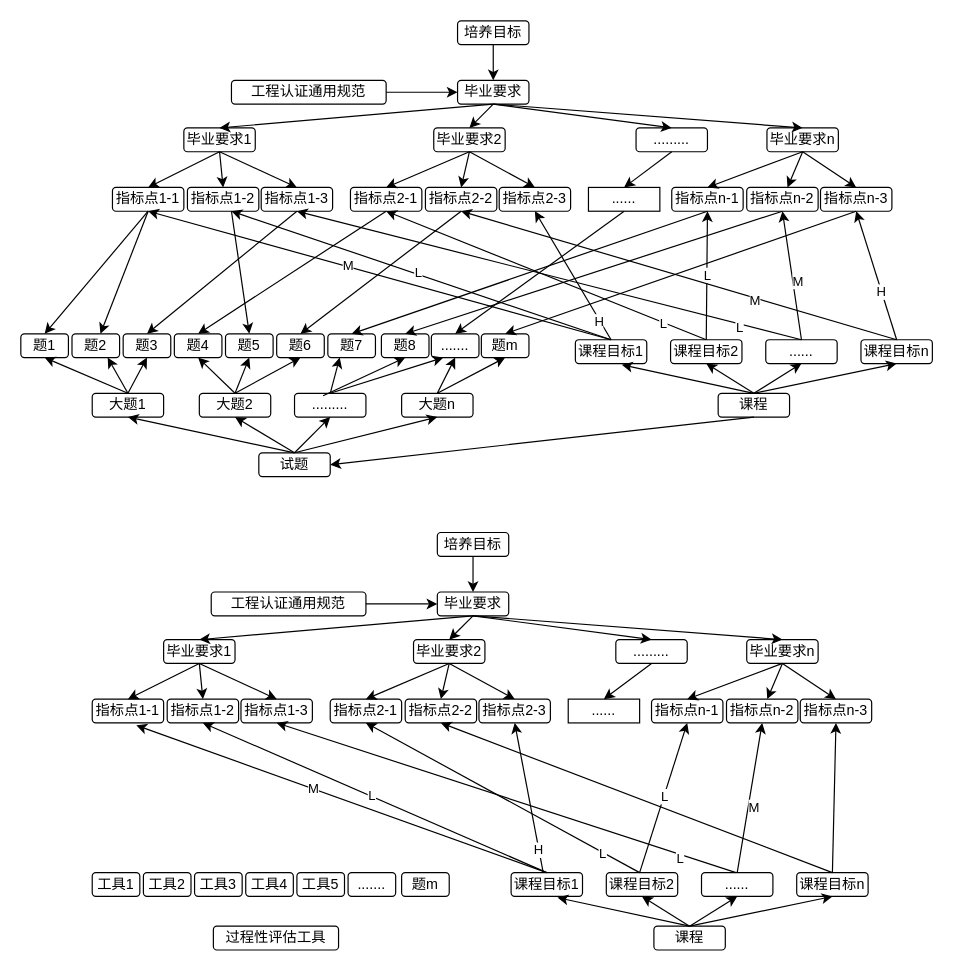
This is Untitled Diagram.drawio from oliverwy/DhDesignpattern, a draw.io file, before an edit. Source tidied: cells renumbered, new cells numbered last; positions are measured from the earlier drawing's top-left corner, leaving out a move shared by most shapes. Both pictures are drawn from the tidied source at 119%, with x=0, y=0 at pixel (20, 20).
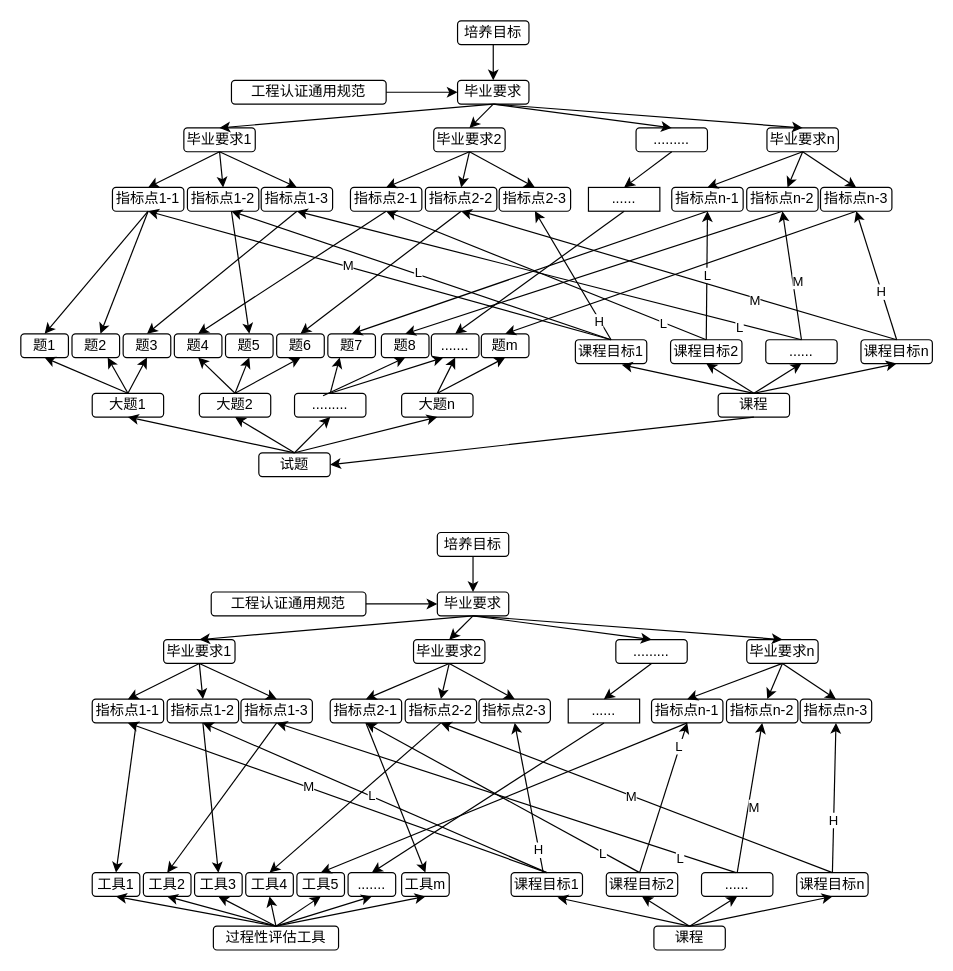
After the change.

The change refers to these unchanged cells:
```xml
<mxCell id="110" value="指标点1-1" style="rounded=1;whiteSpace=wrap;html=1;align=center;" parent="1" vertex="1">
  <mxGeometry x="60" y="570" width="60" height="20" as="geometry" />
</mxCell>
<mxCell id="111" value="指标点1-2" style="rounded=1;whiteSpace=wrap;html=1;align=center;" parent="1" vertex="1">
  <mxGeometry x="123" y="570" width="60" height="20" as="geometry" />
</mxCell>
<mxCell id="112" value="指标点1-3" style="rounded=1;whiteSpace=wrap;html=1;align=center;" parent="1" vertex="1">
  <mxGeometry x="185" y="570" width="60" height="20" as="geometry" />
</mxCell>
<mxCell id="113" value="指标点2-1" style="rounded=1;whiteSpace=wrap;html=1;align=center;" parent="1" vertex="1">
  <mxGeometry x="260" y="570" width="60" height="20" as="geometry" />
</mxCell>
<mxCell id="114" value="指标点2-2" style="rounded=1;whiteSpace=wrap;html=1;align=center;" parent="1" vertex="1">
  <mxGeometry x="323" y="570" width="60" height="20" as="geometry" />
</mxCell>
<mxCell id="116" value="指标点n-1" style="rounded=1;whiteSpace=wrap;html=1;align=center;" parent="1" vertex="1">
  <mxGeometry x="530" y="570" width="60" height="20" as="geometry" />
</mxCell>
<mxCell id="119" value="......" style="rounded=1;whiteSpace=wrap;html=1;align=center;arcSize=0;" parent="1" vertex="1">
  <mxGeometry x="460" y="570" width="60" height="20" as="geometry" />
</mxCell>
<mxCell id="137" value="课程目标1" style="rounded=1;whiteSpace=wrap;html=1;align=center;" parent="1" vertex="1">
  <mxGeometry x="412" y="715.8" width="60" height="20" as="geometry" />
</mxCell>
<mxCell id="145" value="过程性评估工具" style="rounded=1;whiteSpace=wrap;html=1;align=center;" parent="1" vertex="1">
  <mxGeometry x="161.8" y="760.8" width="105.2" height="20" as="geometry" />
</mxCell>
<mxCell id="146" value="工具1" style="rounded=1;whiteSpace=wrap;html=1;align=center;" parent="1" vertex="1">
  <mxGeometry x="60" y="715.8" width="40" height="20" as="geometry" />
</mxCell>
<mxCell id="147" value="工具2" style="rounded=1;whiteSpace=wrap;html=1;align=center;" parent="1" vertex="1">
  <mxGeometry x="103" y="715.8" width="40" height="20" as="geometry" />
</mxCell>
<mxCell id="148" value="工具3" style="rounded=1;whiteSpace=wrap;html=1;align=center;" parent="1" vertex="1">
  <mxGeometry x="146" y="715.8" width="40" height="20" as="geometry" />
</mxCell>
<mxCell id="149" value="工具4" style="rounded=1;whiteSpace=wrap;html=1;align=center;" parent="1" vertex="1">
  <mxGeometry x="189" y="715.8" width="40" height="20" as="geometry" />
</mxCell>
<mxCell id="150" value="工具5" style="rounded=1;whiteSpace=wrap;html=1;align=center;" parent="1" vertex="1">
  <mxGeometry x="232" y="715.8" width="40" height="20" as="geometry" />
</mxCell>
<mxCell id="152" value="......." style="rounded=1;whiteSpace=wrap;html=1;align=center;" parent="1" vertex="1">
  <mxGeometry x="275" y="715.8" width="40" height="20" as="geometry" />
</mxCell>
<mxCell id="153" style="endArrow=classic;html=1;rounded=0;entryX=0.5;entryY=1;entryDx=0;entryDy=0;exitX=0.5;exitY=0;exitDx=0;exitDy=0;" parent="1" edge="1" source="140" target="118">
  <mxGeometry relative="1" as="geometry" />
</mxCell>
<mxCell id="154" style="endArrow=classic;html=1;rounded=0;exitX=0.5;exitY=0;exitDx=0;exitDy=0;entryX=0.5;entryY=1;entryDx=0;entryDy=0;" parent="1" edge="1" source="140" target="114">
  <mxGeometry relative="1" as="geometry" />
</mxCell>
<mxCell id="159" style="endArrow=classic;html=1;rounded=0;exitX=0.5;exitY=0;exitDx=0;exitDy=0;entryX=0.5;entryY=1;entryDx=0;entryDy=0;" parent="1" edge="1" target="116">
  <mxGeometry relative="1" as="geometry">
    <mxPoint x="520" y="715.8" as="sourcePoint" />
  </mxGeometry>
</mxCell>
```

The edit, as a diff of the source:
```diff
@@
-    <mxCell id="151" value="题m" style="rounded=1;whiteSpace=wrap;html=1;align=center;" parent="1" vertex="1">
+    <mxCell id="151" value="工具m" style="rounded=1;whiteSpace=wrap;html=1;align=center;" parent="1" vertex="1">
       <mxGeometry x="320" y="715.8" width="40" height="20" as="geometry" />
     </mxCell>
@@
+    <mxCell id="169" value="H" style="edgeLabel;html=1;align=center;verticalAlign=middle;" parent="153" vertex="1">
+      <mxGeometry x="-0.3" y="1" relative="1" as="geometry" />
+    </mxCell>
@@
+    <mxCell id="170" value="M" style="edgeLabel;html=1;align=center;verticalAlign=middle;" parent="154" vertex="1">
+      <mxGeometry x="0.03" relative="1" as="geometry" />
+    </mxCell>
@@
     <mxCell id="160" value="L" style="edgeLabel;html=1;align=center;verticalAlign=middle;" parent="159" vertex="1">
-      <mxGeometry x="0.01" relative="1" as="geometry" />
+      <mxGeometry x="0.01" relative="1" as="geometry">
+        <mxPoint x="12" y="-42" as="offset" />
+      </mxGeometry>
     </mxCell>
@@
-    <mxCell id="167" style="endArrow=classic;html=1;rounded=0;exitX=0.5;exitY=0;exitDx=0;exitDy=0;entryX=0.617;entryY=1.1;entryDx=0;entryDy=0;entryPerimeter=0;" parent="1" edge="1" source="137" target="110">
+    <mxCell id="167" style="endArrow=classic;html=1;rounded=0;exitX=0.5;exitY=0;exitDx=0;exitDy=0;entryX=0.5;entryY=1;entryDx=0;entryDy=0;" parent="1" edge="1" source="137" target="110">
       <mxGeometry relative="1" as="geometry" />
     </mxCell>
@@
+    <mxCell id="171" style="endArrow=classic;html=1;rounded=0;exitX=0.5;exitY=0;exitDx=0;exitDy=0;entryX=0.5;entryY=1;entryDx=0;entryDy=0;" parent="1" edge="1" source="145" target="146">
+      <mxGeometry relative="1" as="geometry" />
+    </mxCell>
+    <mxCell id="172" style="endArrow=classic;html=1;rounded=0;exitX=0.5;exitY=0;exitDx=0;exitDy=0;entryX=0.5;entryY=1;entryDx=0;entryDy=0;" parent="1" edge="1" source="145" target="147">
+      <mxGeometry relative="1" as="geometry" />
+    </mxCell>
+    <mxCell id="173" style="endArrow=classic;html=1;rounded=0;exitX=0.5;exitY=0;exitDx=0;exitDy=0;entryX=0.5;entryY=1;entryDx=0;entryDy=0;" parent="1" edge="1" source="145" target="148">
+      <mxGeometry relative="1" as="geometry" />
+    </mxCell>
+    <mxCell id="174" style="endArrow=classic;html=1;rounded=0;exitX=0.5;exitY=0;exitDx=0;exitDy=0;entryX=0.5;entryY=1;entryDx=0;entryDy=0;" parent="1" edge="1" source="145" target="149">
+      <mxGeometry relative="1" as="geometry" />
+    </mxCell>
+    <mxCell id="175" style="endArrow=classic;html=1;rounded=0;exitX=0.5;exitY=0;exitDx=0;exitDy=0;entryX=0.5;entryY=1;entryDx=0;entryDy=0;" parent="1" edge="1" source="145" target="150">
+      <mxGeometry relative="1" as="geometry" />
+    </mxCell>
+    <mxCell id="176" style="endArrow=classic;html=1;rounded=0;exitX=0.5;exitY=0;exitDx=0;exitDy=0;entryX=0.5;entryY=1;entryDx=0;entryDy=0;" parent="1" edge="1" source="145" target="152">
+      <mxGeometry relative="1" as="geometry" />
+    </mxCell>
+    <mxCell id="177" style="endArrow=classic;html=1;rounded=0;exitX=0.5;exitY=0;exitDx=0;exitDy=0;entryX=0.5;entryY=1;entryDx=0;entryDy=0;" parent="1" edge="1" source="145" target="151">
+      <mxGeometry relative="1" as="geometry" />
+    </mxCell>
+    <mxCell id="178" style="endArrow=classic;html=1;rounded=0;entryX=0.5;entryY=0;entryDx=0;entryDy=0;" parent="1" edge="1" target="146">
+      <mxGeometry relative="1" as="geometry">
+        <mxPoint x="97" y="590" as="sourcePoint" />
+      </mxGeometry>
+    </mxCell>
+    <mxCell id="179" style="endArrow=classic;html=1;rounded=0;exitX=0.5;exitY=1;exitDx=0;exitDy=0;entryX=0.5;entryY=0;entryDx=0;entryDy=0;" parent="1" edge="1" source="112" target="147">
+      <mxGeometry relative="1" as="geometry" />
+    </mxCell>
+    <mxCell id="180" style="endArrow=classic;html=1;rounded=0;entryX=0.5;entryY=0;entryDx=0;entryDy=0;exitX=0.5;exitY=1;exitDx=0;exitDy=0;" parent="1" edge="1" source="111" target="148">
+      <mxGeometry relative="1" as="geometry" />
+    </mxCell>
+    <mxCell id="181" style="endArrow=classic;html=1;rounded=0;exitX=0.5;exitY=1;exitDx=0;exitDy=0;entryX=0.5;entryY=0;entryDx=0;entryDy=0;" parent="1" edge="1" source="113" target="151">
+      <mxGeometry relative="1" as="geometry" />
+    </mxCell>
+    <mxCell id="182" style="endArrow=classic;html=1;rounded=0;exitX=0.5;exitY=1;exitDx=0;exitDy=0;entryX=0.5;entryY=0;entryDx=0;entryDy=0;" parent="1" edge="1" source="116" target="150">
+      <mxGeometry relative="1" as="geometry" />
+    </mxCell>
+    <mxCell id="183" style="endArrow=classic;html=1;rounded=0;entryX=0.5;entryY=0;entryDx=0;entryDy=0;exitX=0.5;exitY=1;exitDx=0;exitDy=0;" parent="1" edge="1" source="114" target="149">
+      <mxGeometry relative="1" as="geometry" />
+    </mxCell>
+    <mxCell id="184" style="endArrow=classic;html=1;rounded=0;entryX=0.5;entryY=0;entryDx=0;entryDy=0;exitX=0.5;exitY=1;exitDx=0;exitDy=0;" parent="1" edge="1" source="119" target="152">
+      <mxGeometry relative="1" as="geometry" />
+    </mxCell>
```
